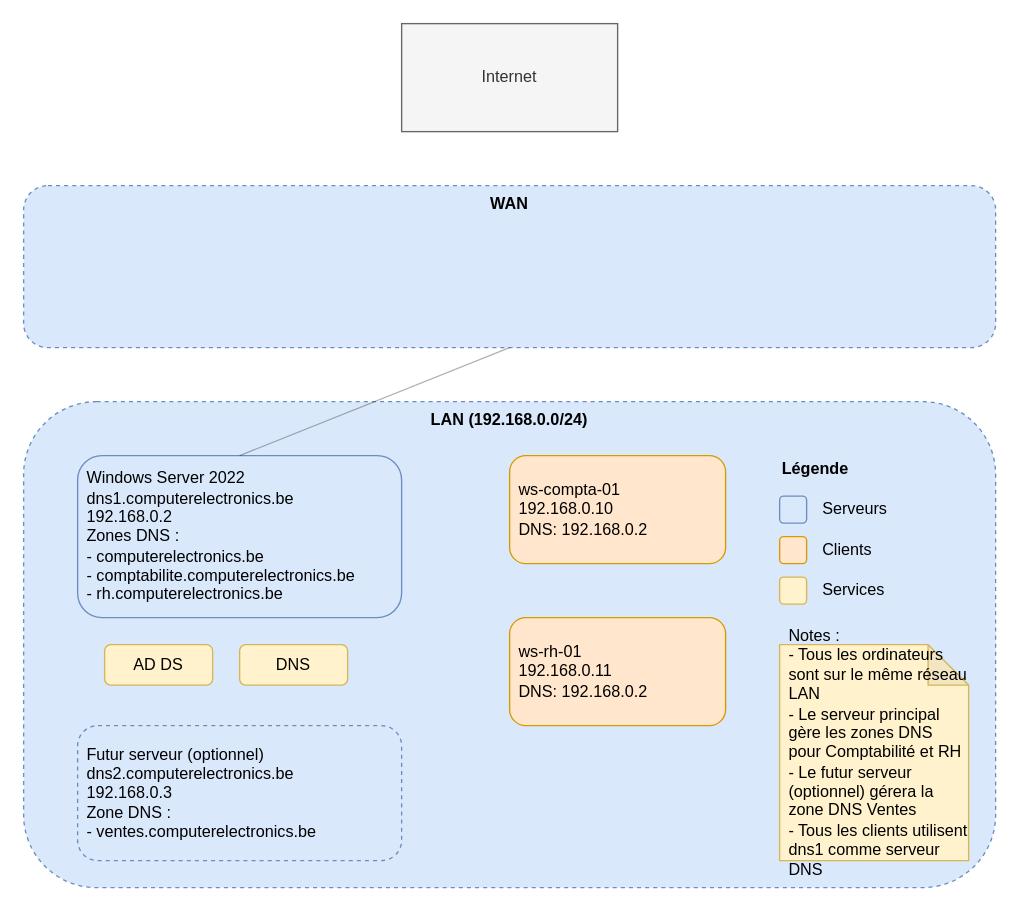
This is diagrams/configuration_reseau.drawio from choquitofrito/ActiveDirectory, a draw.io file, before an edit. Source tidied: cells renumbered, new cells numbered last; positions are measured from the earlier drawing's top-left corner, leaving out a move shared by most shapes. Both pictures are drawn from the tidied source at 135%, with x=0, y=0 at pixel (23, 23).
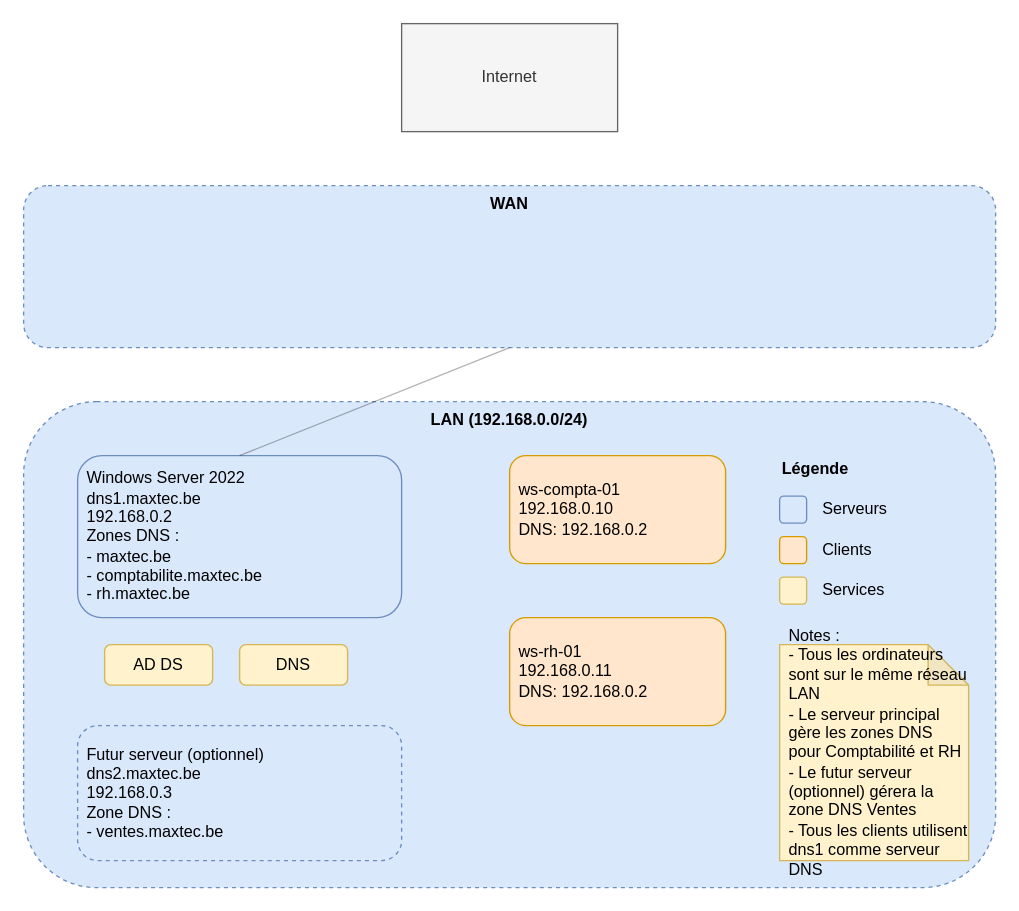
After the change.

Diff of the diagram source:
```diff
@@
 <mxGraphModel>
   <root>
     <mxCell id="0" />
     <mxCell id="1" parent="0" />
     <mxCell id="2" value="Internet" style="cloud;whiteSpace=wrap;html=1;fillColor=#f5f5f5;strokeColor=#666666;fontColor=#333333;" parent="1" vertex="1">
       <mxGeometry x="280" width="160" height="80" as="geometry" />
     </mxCell>
     <mxCell id="3" value="WAN" style="rounded=1;whiteSpace=wrap;html=1;fillColor=#dae8fc;strokeColor=#6c8ebf;dashed=1;verticalAlign=top;fontStyle=1;" parent="1" vertex="1">
       <mxGeometry y="120" width="720" height="120" as="geometry" />
     </mxCell>
     <mxCell id="4" value="LAN (192.168.0.0/24)" style="rounded=1;whiteSpace=wrap;html=1;fillColor=#dae8fc;strokeColor=#6c8ebf;dashed=1;verticalAlign=top;fontStyle=1;" parent="1" vertex="1">
       <mxGeometry y="280" width="720" height="360" as="geometry" />
     </mxCell>
-    <mxCell id="5" value="Windows Server 2022&#10;dns1.computerelectronics.be&#10;192.168.0.2&#10;Zones DNS :&#10;- computerelectronics.be&#10;- comptabilite.computerelectronics.be&#10;- rh.computerelectronics.be" style="rounded=1;whiteSpace=wrap;html=1;fillColor=#dae8fc;strokeColor=#6c8ebf;align=left;spacingLeft=5;" parent="1" vertex="1">
+    <mxCell id="5" value="Windows Server 2022&#10;dns1.maxtec.be&#10;192.168.0.2&#10;Zones DNS :&#10;- maxtec.be&#10;- comptabilite.maxtec.be&#10;- rh.maxtec.be" style="rounded=1;whiteSpace=wrap;html=1;fillColor=#dae8fc;strokeColor=#6c8ebf;align=left;spacingLeft=5;" parent="1" vertex="1">
       <mxGeometry x="40" y="320" width="240" height="120" as="geometry" />
     </mxCell>
     <mxCell id="6" value="AD DS" style="rounded=1;whiteSpace=wrap;html=1;fillColor=#fff2cc;strokeColor=#d6b656;" parent="1" vertex="1">
       <mxGeometry x="60" y="460" width="80" height="30" as="geometry" />
     </mxCell>
     <mxCell id="7" value="DNS" style="rounded=1;whiteSpace=wrap;html=1;fillColor=#fff2cc;strokeColor=#d6b656;" parent="1" vertex="1">
       <mxGeometry x="160" y="460" width="80" height="30" as="geometry" />
     </mxCell>
     <mxCell id="8" value="ws-compta-01&#10;192.168.0.10&#10;DNS: 192.168.0.2" style="rounded=1;whiteSpace=wrap;html=1;fillColor=#ffe6cc;strokeColor=#d79b00;align=left;spacingLeft=5;" parent="1" vertex="1">
       <mxGeometry x="360" y="320" width="160" height="80" as="geometry" />
     </mxCell>
     <mxCell id="9" value="ws-rh-01&#10;192.168.0.11&#10;DNS: 192.168.0.2" style="rounded=1;whiteSpace=wrap;html=1;fillColor=#ffe6cc;strokeColor=#d79b00;align=left;spacingLeft=5;" parent="1" vertex="1">
       <mxGeometry x="360" y="440" width="160" height="80" as="geometry" />
     </mxCell>
-    <mxCell id="10" value="Futur serveur (optionnel)&#10;dns2.computerelectronics.be&#10;192.168.0.3&#10;Zone DNS :&#10;- ventes.computerelectronics.be" style="rounded=1;whiteSpace=wrap;html=1;fillColor=#dae8fc;strokeColor=#6c8ebf;align=left;spacingLeft=5;dashed=1;" parent="1" vertex="1">
+    <mxCell id="10" value="Futur serveur (optionnel)&#10;dns2.maxtec.be&#10;192.168.0.3&#10;Zone DNS :&#10;- ventes.maxtec.be" style="rounded=1;whiteSpace=wrap;html=1;fillColor=#dae8fc;strokeColor=#6c8ebf;align=left;spacingLeft=5;dashed=1;" parent="1" vertex="1">
       <mxGeometry x="40" y="520" width="240" height="100" as="geometry" />
     </mxCell>
     <mxCell id="11" style="endArrow=none;html=1;rounded=0;exitX=0.5;exitY=0;exitDx=0;exitDy=0;entryX=0.5;entryY=1;entryDx=0;entryDy=0;opacity=30;" parent="1" edge="1" source="5" target="3">
       <mxGeometry relative="1" as="geometry" />
     </mxCell>
     <mxCell id="12" value="Légende" style="text;html=1;strokeColor=none;fillColor=none;align=left;verticalAlign=middle;whiteSpace=wrap;rounded=0;fontStyle=1;" parent="1" vertex="1">
       <mxGeometry x="560" y="320" width="60" height="20" as="geometry" />
     </mxCell>
     <mxCell id="13" style="rounded=1;whiteSpace=wrap;html=1;fillColor=#dae8fc;strokeColor=#6c8ebf;" parent="1" vertex="1">
       <mxGeometry x="560" y="350" width="20" height="20" as="geometry" />
     </mxCell>
     <mxCell id="14" value="Serveurs" style="text;html=1;strokeColor=none;fillColor=none;align=left;verticalAlign=middle;whiteSpace=wrap;rounded=0;" parent="1" vertex="1">
       <mxGeometry x="590" y="350" width="60" height="20" as="geometry" />
     </mxCell>
     <mxCell id="15" style="rounded=1;whiteSpace=wrap;html=1;fillColor=#ffe6cc;strokeColor=#d79b00;" parent="1" vertex="1">
       <mxGeometry x="560" y="380" width="20" height="20" as="geometry" />
     </mxCell>
     <mxCell id="16" value="Clients" style="text;html=1;strokeColor=none;fillColor=none;align=left;verticalAlign=middle;whiteSpace=wrap;rounded=0;" parent="1" vertex="1">
       <mxGeometry x="590" y="380" width="60" height="20" as="geometry" />
     </mxCell>
     <mxCell id="17" style="rounded=1;whiteSpace=wrap;html=1;fillColor=#fff2cc;strokeColor=#d6b656;" parent="1" vertex="1">
       <mxGeometry x="560" y="410" width="20" height="20" as="geometry" />
     </mxCell>
     <mxCell id="18" value="Services" style="text;html=1;strokeColor=none;fillColor=none;align=left;verticalAlign=middle;whiteSpace=wrap;rounded=0;" parent="1" vertex="1">
       <mxGeometry x="590" y="410" width="60" height="20" as="geometry" />
     </mxCell>
     <mxCell id="19" value="Notes :&#10;- Tous les ordinateurs sont sur le même réseau LAN&#10;- Le serveur principal gère les zones DNS pour Comptabilité et RH&#10;- Le futur serveur (optionnel) gérera la zone DNS Ventes&#10;- Tous les clients utilisent dns1 comme serveur DNS" style="shape=note;whiteSpace=wrap;html=1;backgroundOutline=1;darkOpacity=0.05;fillColor=#fff2cc;strokeColor=#d6b656;align=left;spacingLeft=5;" parent="1" vertex="1">
       <mxGeometry x="560" y="460" width="140" height="160" as="geometry" />
     </mxCell>
   </root>
 </mxGraphModel>
```
